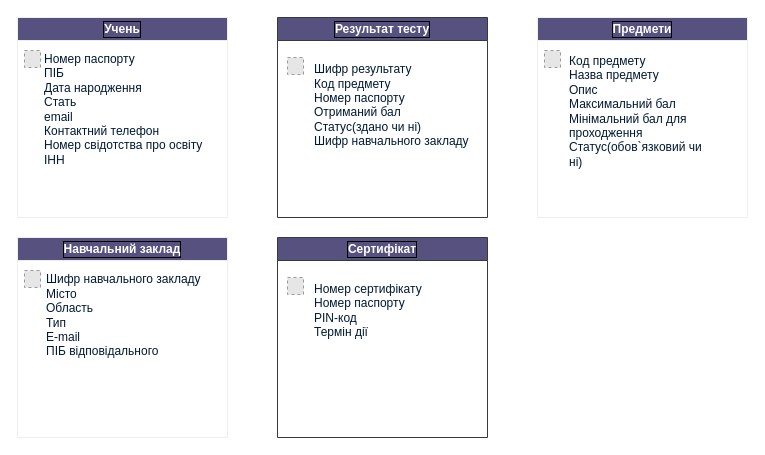
Before: page "Інформаційні об`єкти" (1 of 2) of Database cheme.drawio in hucketa/CP, a draw.io diagram. Source tidied: cells renumbered, new cells numbered last; positions are measured from the earlier drawing's top-left corner, leaving out a move shared by most shapes. Both pictures are drawn from the tidied source at 100%, with x=0, y=0 at pixel (17, 17). Pictures stored in the file or linked from it are replaced by grey dashed boxes.
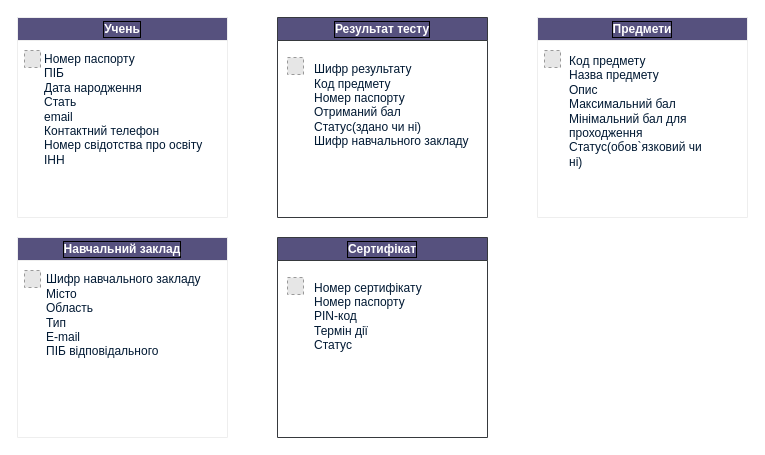
The same page after the edit.

Commit message (it also covers changes not shown here):
Добавил поле Статус в сертификат

Change to the diagram source:
```diff
@@
 <mxGraphModel>
   <root>
     <mxCell id="0" />
     <mxCell id="1" parent="0" />
     <mxCell id="2" value="Учень" style="swimlane;whiteSpace=wrap;html=1;labelBackgroundColor=none;fillColor=#56517E;strokeColor=#EEEEEE;fontColor=#ffffff;labelBorderColor=default;" parent="1" vertex="1">
       <mxGeometry width="210" height="200" as="geometry" />
     </mxCell>
     <mxCell id="3" value="&lt;div&gt;&lt;span style=&quot;background-color: initial;&quot;&gt;Номер паспорту&lt;/span&gt;&lt;/div&gt;&lt;div&gt;ПІБ&lt;/div&gt;&lt;div&gt;Дата народження&lt;/div&gt;&lt;div&gt;Стать&lt;/div&gt;&lt;div&gt;email&lt;/div&gt;&lt;div&gt;Контактний телефон&lt;/div&gt;Номер свідотства про освіту&lt;div&gt;&lt;/div&gt;&lt;div&gt;&lt;span style=&quot;background-color: initial;&quot;&gt;ІНН&lt;/span&gt;&lt;br&gt;&lt;/div&gt;" style="text;html=1;align=left;verticalAlign=middle;strokeColor=none;fillColor=none;labelBackgroundColor=none;fontColor=#001933;labelBorderColor=none;" parent="2" vertex="1">
       <mxGeometry x="25" y="27" width="180" height="130" as="geometry" />
     </mxCell>
     <mxCell id="4" style="fillColor=#E6E6E6;strokeColor=#999999;dashed=1;verticalLabelPosition=bottom;labelBackgroundColor=none;verticalAlign=top;fontColor=#001933;" parent="2" vertex="1">
       <mxGeometry x="7" y="33" width="16" height="17" as="geometry" />
     </mxCell>
     <mxCell id="5" value="Результат тесту" style="swimlane;whiteSpace=wrap;html=1;startSize=23;labelBackgroundColor=none;fillColor=#56517e;strokeColor=#36393d;fontColor=#ffffff;labelBorderColor=default;" parent="1" vertex="1">
       <mxGeometry x="260" width="210" height="200" as="geometry" />
     </mxCell>
     <mxCell id="6" style="fillColor=#E6E6E6;strokeColor=#999999;dashed=1;verticalLabelPosition=bottom;labelBackgroundColor=none;verticalAlign=top;fontColor=#001933;" parent="5" vertex="1">
       <mxGeometry x="10" y="40" width="16" height="17" as="geometry" />
     </mxCell>
     <mxCell id="7" value="&lt;div&gt;Шифр результату&lt;/div&gt;&lt;div&gt;Код предмету&lt;/div&gt;&lt;div style=&quot;text-wrap: nowrap;&quot;&gt;&lt;span style=&quot;background-color: initial;&quot;&gt;Номер паспорту&lt;/span&gt;&lt;/div&gt;&lt;div&gt;&lt;span style=&quot;background-color: initial;&quot;&gt;Отриманий бал&amp;nbsp;&lt;/span&gt;&lt;br&gt;&lt;/div&gt;&lt;div&gt;Статус(здано чи ні)&lt;/div&gt;&lt;div&gt;&lt;div style=&quot;text-wrap: nowrap;&quot;&gt;Шифр навчального закладу&lt;/div&gt;&lt;/div&gt;&lt;div&gt;&lt;br&gt;&lt;/div&gt;" style="text;html=1;align=left;verticalAlign=middle;whiteSpace=wrap;rounded=0;labelBackgroundColor=none;fontColor=#001933;labelBorderColor=none;" parent="5" vertex="1">
       <mxGeometry x="35" y="30" width="140" height="130" as="geometry" />
     </mxCell>
     <mxCell id="8" value="Навчальний заклад" style="swimlane;whiteSpace=wrap;html=1;labelBackgroundColor=none;fillColor=#56517E;strokeColor=#EEEEEE;fontColor=#ffffff;labelBorderColor=default;" parent="1" vertex="1">
       <mxGeometry y="220" width="210" height="200" as="geometry" />
     </mxCell>
     <mxCell id="9" value="&lt;div&gt;Шифр навчального закладу&lt;/div&gt;&lt;div&gt;Місто&lt;/div&gt;&lt;div&gt;Область&lt;/div&gt;&lt;div&gt;Тип&lt;/div&gt;&lt;div&gt;E-mail&lt;/div&gt;&lt;div&gt;ПІБ відповідального&lt;/div&gt;" style="text;html=1;align=left;verticalAlign=middle;strokeColor=none;fillColor=none;labelBackgroundColor=none;fontColor=#001933;labelBorderColor=none;" parent="8" vertex="1">
       <mxGeometry x="27" y="28" width="180" height="100" as="geometry" />
     </mxCell>
     <mxCell id="10" style="fillColor=#E6E6E6;strokeColor=#999999;dashed=1;verticalLabelPosition=bottom;labelBackgroundColor=none;verticalAlign=top;fontColor=#001933;" parent="8" vertex="1">
       <mxGeometry x="7" y="33" width="16" height="17" as="geometry" />
     </mxCell>
     <mxCell id="11" value="Предмети" style="swimlane;whiteSpace=wrap;html=1;labelBackgroundColor=none;fillColor=#56517E;strokeColor=#EEEEEE;fontColor=#ffffff;labelBorderColor=default;" parent="1" vertex="1">
       <mxGeometry x="520" width="210" height="200" as="geometry" />
     </mxCell>
     <mxCell id="12" style="fillColor=#E6E6E6;strokeColor=#999999;dashed=1;verticalLabelPosition=bottom;labelBackgroundColor=none;verticalAlign=top;fontColor=#001933;" parent="11" vertex="1">
       <mxGeometry x="7" y="33" width="16" height="17" as="geometry" />
     </mxCell>
     <mxCell id="13" value="&lt;div&gt;Код предмету&lt;/div&gt;&lt;div&gt;&lt;span style=&quot;text-wrap: nowrap;&quot;&gt;Назва предмету&lt;/span&gt;&lt;/div&gt;&lt;div&gt;&lt;div&gt;&lt;span style=&quot;text-wrap: nowrap;&quot;&gt;Опис&lt;/span&gt;&lt;/div&gt;&lt;div&gt;&lt;span style=&quot;background-color: initial;&quot;&gt;Максимальний бал&lt;/span&gt;&lt;br&gt;&lt;/div&gt;&lt;div&gt;Мінімальний бал для проходження&lt;br&gt;&lt;/div&gt;&lt;/div&gt;&lt;div&gt;Статус(обов`язковий чи ні)&lt;/div&gt;" style="text;html=1;align=left;verticalAlign=middle;whiteSpace=wrap;rounded=0;labelBackgroundColor=none;fontColor=#001933;labelBorderColor=none;" parent="11" vertex="1">
       <mxGeometry x="30" y="29" width="140" height="130" as="geometry" />
     </mxCell>
     <mxCell id="14" value="Сертифікат" style="swimlane;whiteSpace=wrap;html=1;startSize=23;labelBackgroundColor=none;fillColor=#56517e;strokeColor=#36393d;fontColor=#ffffff;labelBorderColor=default;" parent="1" vertex="1">
       <mxGeometry x="260" y="220" width="210" height="200" as="geometry" />
     </mxCell>
     <mxCell id="15" style="fillColor=#E6E6E6;strokeColor=#999999;dashed=1;verticalLabelPosition=bottom;labelBackgroundColor=none;verticalAlign=top;fontColor=#001933;" parent="14" vertex="1">
       <mxGeometry x="10" y="40" width="16" height="17" as="geometry" />
     </mxCell>
-    <mxCell id="16" value="&lt;div&gt;&lt;span style=&quot;background-color: initial;&quot;&gt;Номер сертифікату&lt;/span&gt;&lt;/div&gt;&lt;div style=&quot;text-wrap: nowrap;&quot;&gt;&lt;span style=&quot;background-color: initial;&quot;&gt;Номер паспорту&lt;/span&gt;&lt;/div&gt;&lt;div&gt;&lt;span style=&quot;background-color: initial;&quot;&gt;PIN-код&lt;/span&gt;&lt;br&gt;&lt;/div&gt;&lt;div&gt;&lt;span style=&quot;text-wrap: nowrap;&quot;&gt;Термін дії&lt;/span&gt;&lt;/div&gt;" style="text;html=1;align=left;verticalAlign=middle;whiteSpace=wrap;rounded=0;labelBackgroundColor=none;fontColor=#001933;labelBorderColor=none;" parent="14" vertex="1">
-      <mxGeometry x="35" y="8" width="140" height="130" as="geometry" />
+    <mxCell id="16" value="&lt;div&gt;&lt;span style=&quot;background-color: initial;&quot;&gt;Номер сертифікату&lt;/span&gt;&lt;/div&gt;&lt;div style=&quot;text-wrap: nowrap;&quot;&gt;&lt;span style=&quot;background-color: initial;&quot;&gt;Номер паспорту&lt;/span&gt;&lt;/div&gt;&lt;div&gt;&lt;span style=&quot;background-color: initial;&quot;&gt;PIN-код&lt;/span&gt;&lt;br&gt;&lt;/div&gt;&lt;div&gt;&lt;span style=&quot;text-wrap: nowrap;&quot;&gt;Термін дії&lt;br&gt;Статус&lt;/span&gt;&lt;/div&gt;" style="text;html=1;align=left;verticalAlign=middle;whiteSpace=wrap;rounded=0;labelBackgroundColor=none;fontColor=#001933;labelBorderColor=none;" parent="14" vertex="1">
+      <mxGeometry x="35" y="14" width="140" height="130" as="geometry" />
     </mxCell>
   </root>
 </mxGraphModel>
```
